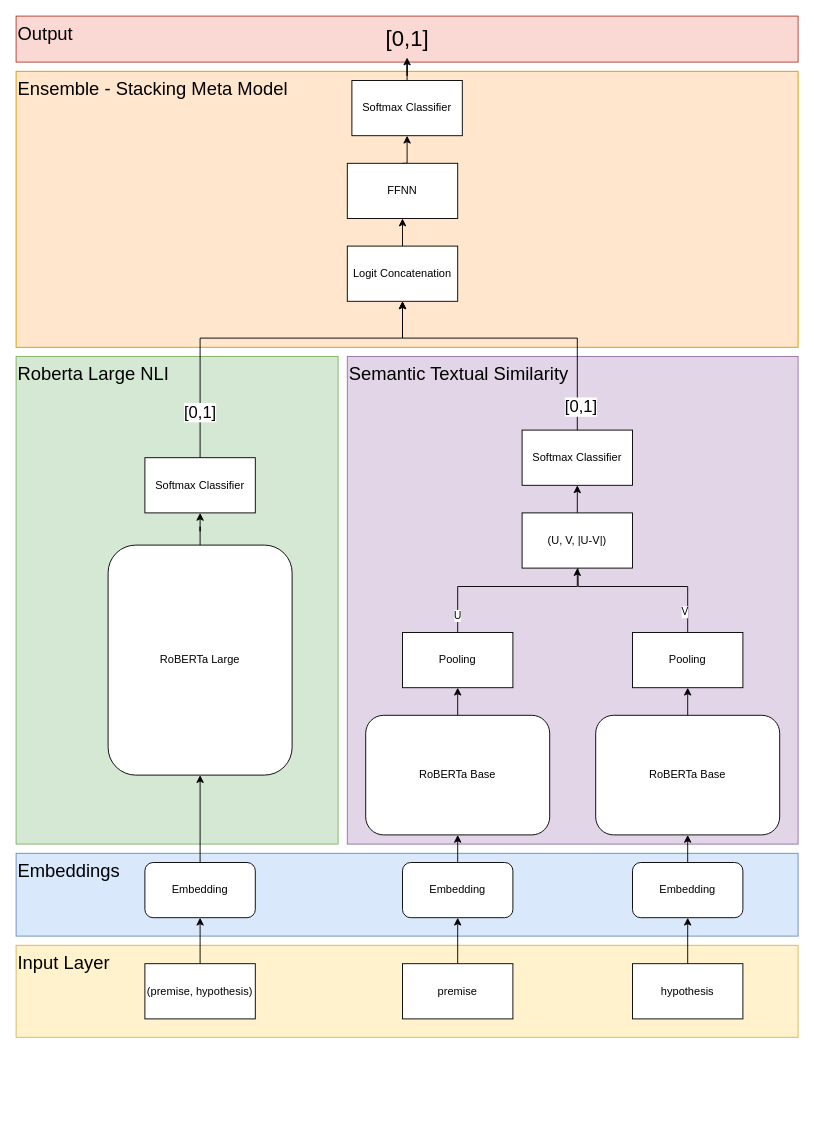
This is NLI_Transformer.drawio from AAP9002/COMP34812-NLU-NLI, a draw.io file, before an edit. Source tidied: cells renumbered, new cells numbered last; positions are measured from the earlier drawing's top-left corner, leaving out a move shared by most shapes. Both pictures are drawn from the tidied source at 92%, with x=0, y=0 at pixel (16, 16).
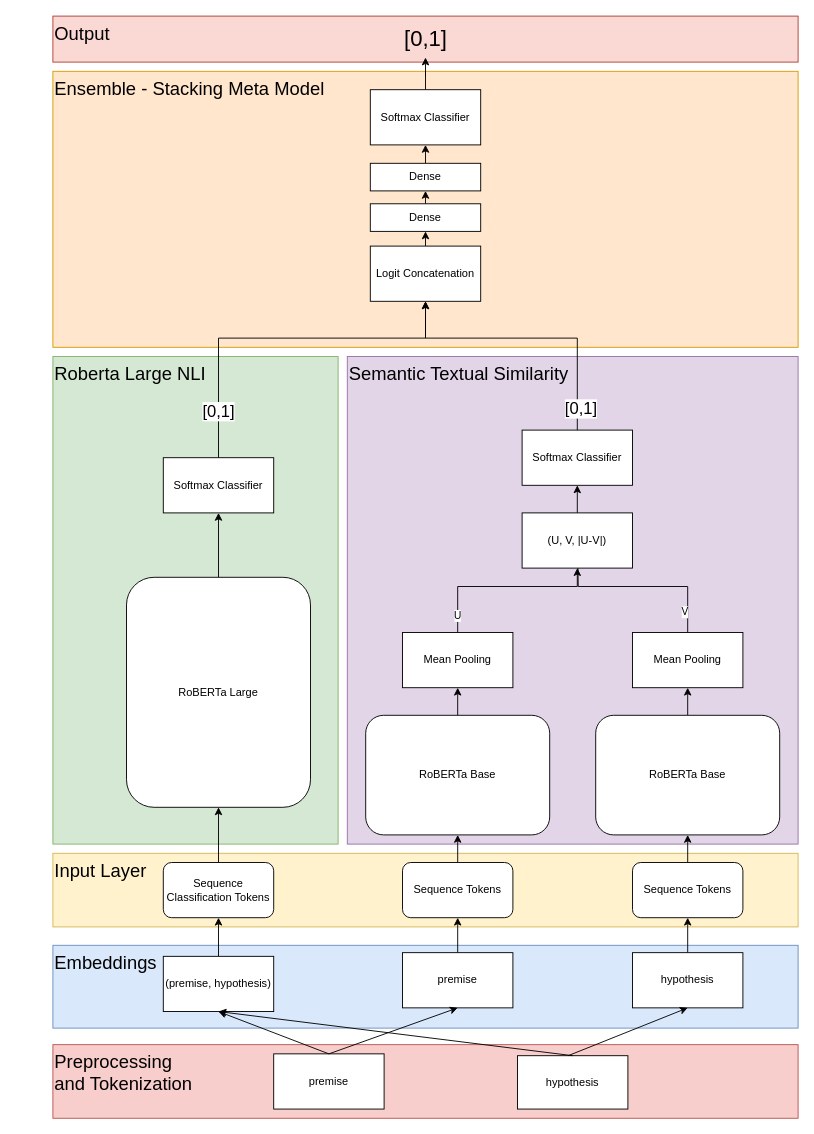
Above is the later version.

The change refers to these unchanged cells:
```xml
<mxCell id="34" value="Softmax Classifier" style="rounded=0;whiteSpace=wrap;html=1;" parent="1" vertex="1">
  <mxGeometry x="550" y="450" width="120" height="60" as="geometry" />
</mxCell>
```

The edit, as a diff of the source:
```diff
@@
     <mxCell id="2" value="Output" style="rounded=0;whiteSpace=wrap;html=1;align=left;fillColor=#fad9d5;strokeColor=#ae4132;labelBackgroundColor=none;verticalAlign=top;fontSize=20;" parent="1" vertex="1">
-      <mxGeometry width="850" height="50" as="geometry" />
+      <mxGeometry x="40" width="810" height="50" as="geometry" />
     </mxCell>
     <mxCell id="3" value="Ensemble - Stacking Meta Model" style="rounded=0;whiteSpace=wrap;html=1;align=left;fillColor=#ffe6cc;strokeColor=#d79b00;labelBackgroundColor=none;verticalAlign=top;fontSize=20;" parent="1" vertex="1">
-      <mxGeometry y="60" width="850" height="300" as="geometry" />
+      <mxGeometry x="40" y="60" width="810" height="300" as="geometry" />
     </mxCell>
@@
     <mxCell id="5" value="Roberta Large NLI" style="rounded=0;whiteSpace=wrap;html=1;align=left;fillColor=#d5e8d4;strokeColor=#82b366;labelBackgroundColor=none;verticalAlign=top;fontSize=20;" parent="1" vertex="1">
-      <mxGeometry y="370" width="350" height="530" as="geometry" />
+      <mxGeometry x="40" y="370" width="310" height="530" as="geometry" />
     </mxCell>
     <mxCell id="6" value="Embeddings" style="rounded=0;whiteSpace=wrap;html=1;align=left;fillColor=#dae8fc;strokeColor=#6c8ebf;labelBackgroundColor=none;verticalAlign=top;fontSize=20;" parent="1" vertex="1">
-      <mxGeometry y="910" width="850" height="90" as="geometry" />
+      <mxGeometry x="40" y="1010" width="810" height="90" as="geometry" />
     </mxCell>
     <mxCell id="7" value="&lt;span&gt;Input Layer&lt;/span&gt;" style="rounded=0;whiteSpace=wrap;html=1;align=left;fillColor=#fff2cc;strokeColor=#d6b656;labelBackgroundColor=none;verticalAlign=top;fontSize=20;" parent="1" vertex="1">
-      <mxGeometry y="1010" width="850" height="100" as="geometry" />
+      <mxGeometry x="40" y="910" width="810" height="80" as="geometry" />
     </mxCell>
@@
     <mxCell id="9" value="(premise, hypothesis)" style="rounded=0;whiteSpace=wrap;html=1;" parent="1" vertex="1">
-      <mxGeometry x="140" y="1030" width="120" height="60" as="geometry" />
+      <mxGeometry x="160" y="1022" width="120" height="60" as="geometry" />
     </mxCell>
@@
     <mxCell id="11" value="premise" style="rounded=0;whiteSpace=wrap;html=1;" parent="1" vertex="1">
-      <mxGeometry x="420" y="1030" width="120" height="60" as="geometry" />
+      <mxGeometry x="420" y="1018" width="120" height="60" as="geometry" />
     </mxCell>
@@
     <mxCell id="13" value="hypothesis" style="rounded=0;whiteSpace=wrap;html=1;" parent="1" vertex="1">
-      <mxGeometry x="670" y="1030" width="120" height="60" as="geometry" />
+      <mxGeometry x="670" y="1018" width="120" height="60" as="geometry" />
     </mxCell>
@@
-    <mxCell id="15" value="Embedding" style="rounded=1;whiteSpace=wrap;html=1;" parent="1" vertex="1">
-      <mxGeometry x="140" y="920" width="120" height="60" as="geometry" />
+    <mxCell id="15" value="Sequence Classification Tokens" style="rounded=1;whiteSpace=wrap;html=1;" parent="1" vertex="1">
+      <mxGeometry x="160" y="920" width="120" height="60" as="geometry" />
     </mxCell>
@@
-    <mxCell id="17" value="Embedding" style="rounded=1;whiteSpace=wrap;html=1;" parent="1" vertex="1">
+    <mxCell id="17" value="Sequence Tokens" style="rounded=1;whiteSpace=wrap;html=1;" parent="1" vertex="1">
       <mxGeometry x="420" y="920" width="120" height="60" as="geometry" />
     </mxCell>
@@
-    <mxCell id="19" value="Embedding" style="rounded=1;whiteSpace=wrap;html=1;" parent="1" vertex="1">
+    <mxCell id="19" value="Sequence Tokens" style="rounded=1;whiteSpace=wrap;html=1;" parent="1" vertex="1">
       <mxGeometry x="670" y="920" width="120" height="60" as="geometry" />
     </mxCell>
@@
     <mxCell id="21" value="RoBERTa Large" style="rounded=1;whiteSpace=wrap;html=1;glass=0;shadow=0;" parent="1" vertex="1">
-      <mxGeometry x="100" y="575" width="200" height="250" as="geometry" />
+      <mxGeometry x="120" y="610" width="200" height="250" as="geometry" />
     </mxCell>
@@
-    <mxCell id="28" value="Pooling" style="rounded=0;whiteSpace=wrap;html=1;" parent="1" vertex="1">
+    <mxCell id="28" value="Mean Pooling" style="rounded=0;whiteSpace=wrap;html=1;" parent="1" vertex="1">
       <mxGeometry x="420" y="670" width="120" height="60" as="geometry" />
     </mxCell>
@@
-    <mxCell id="31" value="Pooling" style="rounded=0;whiteSpace=wrap;html=1;" parent="1" vertex="1">
+    <mxCell id="31" value="Mean Pooling" style="rounded=0;whiteSpace=wrap;html=1;" parent="1" vertex="1">
       <mxGeometry x="670" y="670" width="120" height="60" as="geometry" />
     </mxCell>
@@
     <mxCell id="35" style="edgeStyle=orthogonalEdgeStyle;rounded=0;jettySize=auto;html=1;exitX=0.5;exitY=0;exitDx=0;exitDy=0;entryX=0.5;entryY=1;entryDx=0;entryDy=0;" parent="1" edge="1" source="37" target="39">
       <mxGeometry relative="1" as="geometry">
         <Array as="points">
-          <mxPoint x="200" y="350" />
-          <mxPoint x="420" y="350" />
+          <mxPoint x="220" y="350" />
+          <mxPoint x="445" y="350" />
         </Array>
       </mxGeometry>
     </mxCell>
@@
     <mxCell id="37" value="Softmax Classifier" style="rounded=0;whiteSpace=wrap;html=1;" parent="1" vertex="1">
-      <mxGeometry x="140" y="480" width="120" height="60" as="geometry" />
+      <mxGeometry x="160" y="480" width="120" height="60" as="geometry" />
     </mxCell>
@@
     <mxCell id="39" value="Logit Concatenation" style="rounded=0;whiteSpace=wrap;html=1;" parent="1" vertex="1">
-      <mxGeometry x="360" y="250" width="120" height="60" as="geometry" />
+      <mxGeometry x="385" y="250" width="120" height="60" as="geometry" />
     </mxCell>
-    <mxCell id="40" style="edgeStyle=orthogonalEdgeStyle;rounded=0;jettySize=auto;html=1;exitX=0.5;exitY=0;exitDx=0;exitDy=0;entryX=0.5;entryY=1;entryDx=0;entryDy=0;" parent="1" edge="1" source="41" target="43">
-      <mxGeometry relative="1" as="geometry" />
-    </mxCell>
+    <mxCell id="47" style="edgeStyle=orthogonalEdgeStyle;rounded=0;jettySize=auto;html=1;exitX=0.5;exitY=0;exitDx=0;exitDy=0;entryX=0.5;entryY=1;entryDx=0;entryDy=0;" parent="1" edge="1" source="41" target="52">
+      <mxGeometry relative="1" as="geometry" />
+    </mxCell>
-    <mxCell id="41" value="FFNN" style="rounded=0;whiteSpace=wrap;html=1;" parent="1" vertex="1">
-      <mxGeometry x="360" y="160" width="120" height="60" as="geometry" />
+    <mxCell id="41" value="Dense" style="rounded=0;whiteSpace=wrap;html=1;" parent="1" vertex="1">
+      <mxGeometry x="385" y="204" width="120" height="30" as="geometry" />
     </mxCell>
@@
     <mxCell id="43" value="Softmax Classifier" style="rounded=0;whiteSpace=wrap;html=1;" parent="1" vertex="1">
-      <mxGeometry x="365" y="70" width="120" height="60" as="geometry" />
+      <mxGeometry x="385" y="80" width="120" height="60" as="geometry" />
     </mxCell>
     <mxCell id="44" style="endArrow=classic;html=1;rounded=0;exitX=0.5;exitY=0;exitDx=0;exitDy=0;entryX=0.5;entryY=1;entryDx=0;entryDy=0;" parent="1" edge="1" source="34" target="39">
       <mxGeometry relative="1" as="geometry">
         <Array as="points">
           <mxPoint x="610" y="350" />
-          <mxPoint x="420" y="350" />
+          <mxPoint x="445" y="350" />
         </Array>
       </mxGeometry>
     </mxCell>
@@
     <mxCell id="46" value="&lt;font style=&quot;font-size: 24px;&quot;&gt;[0,1]&lt;/font&gt;" style="text;html=1;align=center;verticalAlign=middle;points=[];strokeColor=none;fillColor=none;" parent="1" vertex="1">
-      <mxGeometry x="390" y="5" width="70" height="40" as="geometry" />
+      <mxGeometry x="410" y="5" width="70" height="40" as="geometry" />
     </mxCell>
+    <mxCell id="48" value="&lt;div&gt;Preprocessing&lt;/div&gt;&lt;div&gt;and Tokenization&lt;/div&gt;" style="rounded=0;whiteSpace=wrap;html=1;align=left;fillColor=#f8cecc;strokeColor=#b85450;labelBackgroundColor=none;verticalAlign=top;fontSize=20;" parent="1" vertex="1">
+      <mxGeometry x="40" y="1118" width="810" height="80" as="geometry" />
+    </mxCell>
+    <mxCell id="49" value="premise" style="rounded=0;whiteSpace=wrap;html=1;" parent="1" vertex="1">
+      <mxGeometry x="280" y="1128" width="120" height="60" as="geometry" />
+    </mxCell>
+    <mxCell id="50" value="hypothesis" style="rounded=0;whiteSpace=wrap;html=1;" parent="1" vertex="1">
+      <mxGeometry x="545" y="1130" width="120" height="58" as="geometry" />
+    </mxCell>
+    <mxCell id="51" style="edgeStyle=orthogonalEdgeStyle;rounded=0;jettySize=auto;html=1;exitX=0.5;exitY=0;exitDx=0;exitDy=0;entryX=0.5;entryY=1;entryDx=0;entryDy=0;" parent="1" edge="1" source="52" target="43">
+      <mxGeometry relative="1" as="geometry" />
+    </mxCell>
+    <mxCell id="52" value="Dense" style="rounded=0;whiteSpace=wrap;html=1;" parent="1" vertex="1">
+      <mxGeometry x="385" y="160" width="120" height="30" as="geometry" />
+    </mxCell>
+    <mxCell id="53" style="endArrow=classic;html=1;rounded=0;exitX=0.5;exitY=0;exitDx=0;exitDy=0;entryX=0.5;entryY=1;entryDx=0;entryDy=0;" parent="1" edge="1" source="49" target="9">
+      <mxGeometry relative="1" as="geometry" />
+    </mxCell>
+    <mxCell id="54" style="endArrow=classic;html=1;rounded=0;exitX=0.5;exitY=0;exitDx=0;exitDy=0;entryX=0.5;entryY=1;entryDx=0;entryDy=0;" parent="1" edge="1" source="49" target="11">
+      <mxGeometry relative="1" as="geometry" />
+    </mxCell>
+    <mxCell id="55" style="endArrow=classic;html=1;rounded=0;exitX=0.5;exitY=0;exitDx=0;exitDy=0;entryX=0.5;entryY=1;entryDx=0;entryDy=0;" parent="1" edge="1" source="50" target="9">
+      <mxGeometry relative="1" as="geometry" />
+    </mxCell>
+    <mxCell id="56" style="endArrow=classic;html=1;rounded=0;entryX=0.5;entryY=1;entryDx=0;entryDy=0;" parent="1" edge="1" target="13">
+      <mxGeometry relative="1" as="geometry">
+        <mxPoint x="600" y="1130" as="sourcePoint" />
+      </mxGeometry>
+    </mxCell>
```
